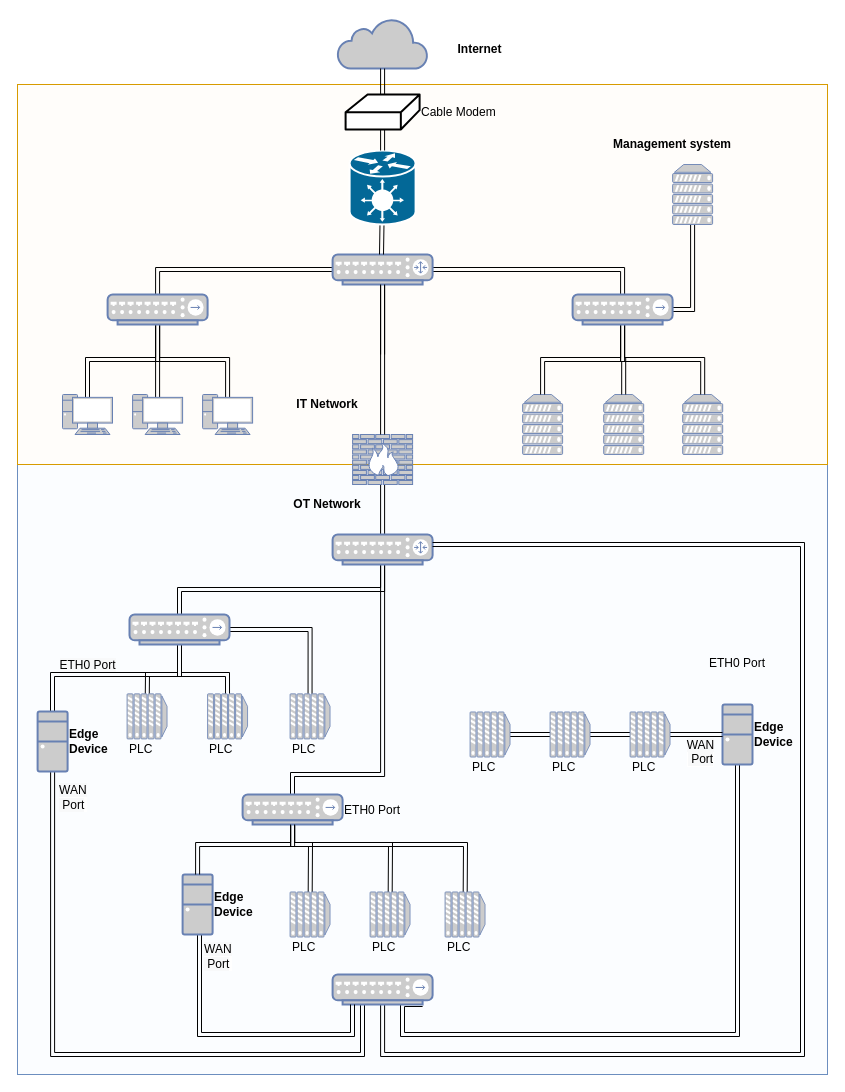
Above: Network_Physical.drawio in manymiles/Draw_IO_Diagrams (draw.io), before the change. Source tidied: cells renumbered, new cells numbered last; positions are measured from the earlier drawing's top-left corner, leaving out a move shared by most shapes. Both pictures are drawn from the tidied source at 100%, with x=0, y=0 at pixel (17, 18). Pictures stored in the file or linked from it are replaced by grey dashed boxes.
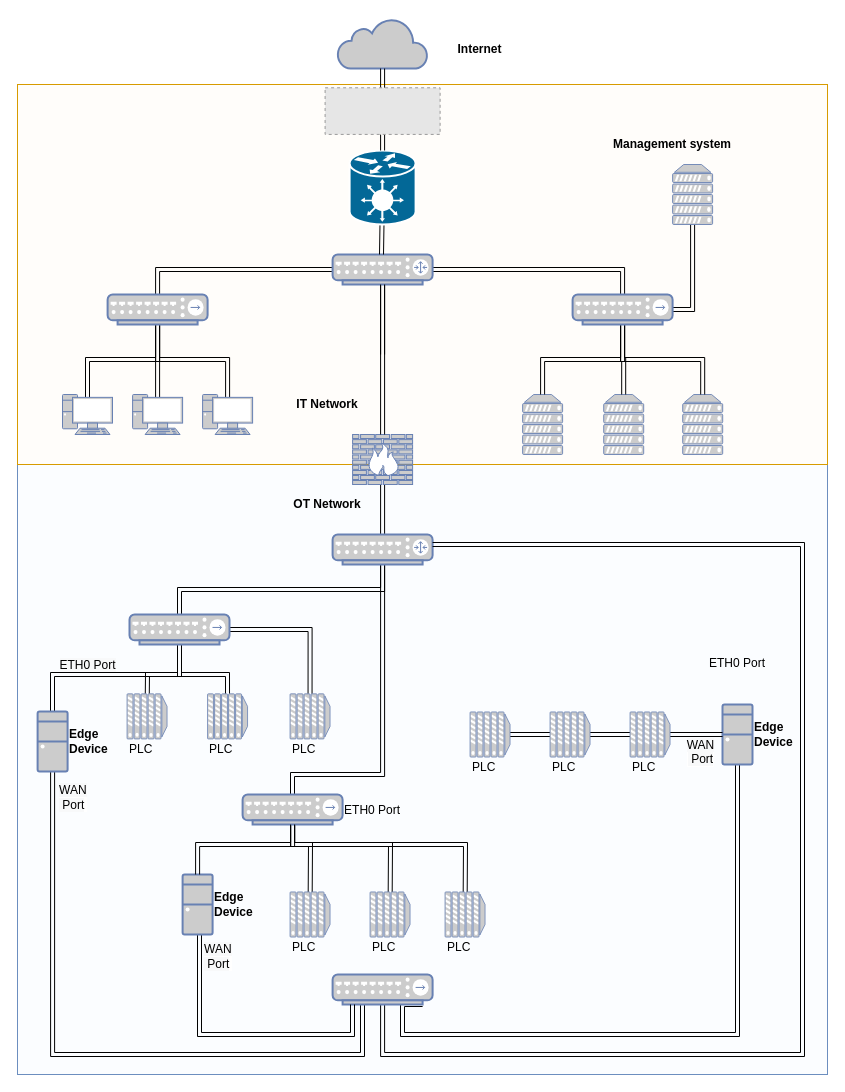
After the change.

Commit message:
Cable Modem picture

Unchanged cells that the change refers to:
```xml
<mxCell id="52" style="outlineConnect=0;fillColor=#CCCCCC;strokeColor=#6881B3;gradientColor=none;gradientDirection=north;strokeWidth=2;shape=mxgraph.networks.cloud;fontColor=#ffffff;" parent="1" vertex="1">
  <mxGeometry x="320.1" width="90" height="50" as="geometry" />
</mxCell>
<mxCell id="53" style="shape=mxgraph.cisco.hubs_and_gateways.generic_gateway;dashed=0;fillColor=#036897;strokeColor=#ffffff;strokeWidth=2;verticalLabelPosition=bottom;verticalAlign=top;align=center;outlineConnect=0;" parent="1" vertex="1">
  <mxGeometry x="332.1" y="132" width="66" height="74" as="geometry" />
</mxCell>
```

Diff of the diagram source:
```diff
@@
-    <mxCell id="72" value="Cable Modem" style="shape=mxgraph.cisco.modems_and_phones.cable_modem;html=1;dashed=0;strokeWidth=2;verticalLabelPosition=middle;verticalAlign=middle;align=left;outlineConnect=0;labelPosition=right;" parent="1" vertex="1">
-      <mxGeometry x="328.1" y="76" width="74" height="35" as="geometry" />
-    </mxCell>
-    <mxCell id="73" style="shape=link;html=1;rounded=0;" parent="1" edge="1" source="53" target="72">
+    <mxCell id="73" style="shape=link;html=1;rounded=0;" parent="1" edge="1" source="53" target="75">
       <mxGeometry relative="1" as="geometry" />
     </mxCell>
-    <mxCell id="74" style="shape=link;html=1;rounded=0;" parent="1" edge="1" source="52" target="72">
+    <mxCell id="74" style="shape=link;html=1;rounded=0;" parent="1" edge="1" source="52" target="75">
       <mxGeometry relative="1" as="geometry" />
     </mxCell>
+    <mxCell id="75" style="fillColor=#E6E6E6;strokeColor=#999999;dashed=1;verticalLabelPosition=bottom;labelBackgroundColor=default;verticalAlign=top;" parent="1" vertex="1">
+      <mxGeometry x="307.6" y="69.3" width="115" height="46.6" as="geometry" />
+    </mxCell>
```
